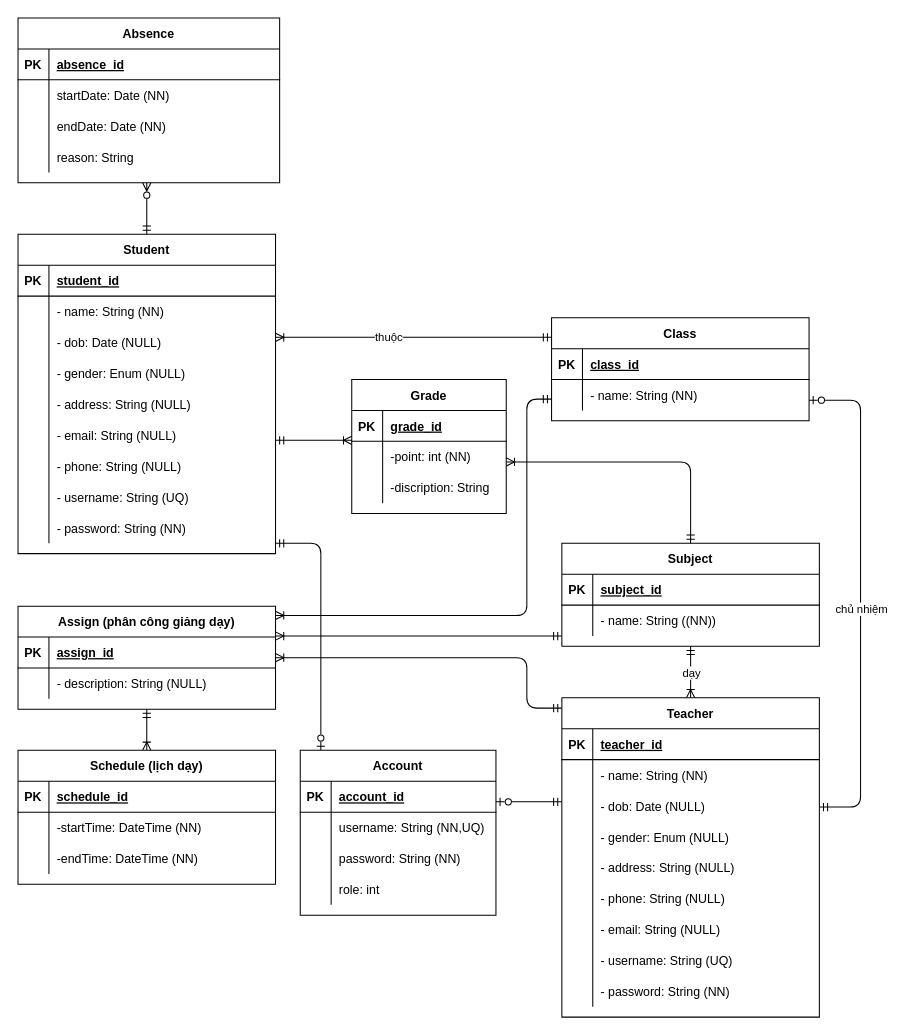
This is page "All_Att_02" (6 of 6) of other_project_resource/SchoolManagement.drawio from vutrieuIT/CNPM_04CLC_5, a draw.io file, before an edit. Source tidied: cells renumbered, new cells numbered last; positions are measured from the earlier drawing's top-left corner, leaving out a move shared by most shapes. Both pictures are drawn from the tidied source at 103%, with x=0, y=0 at pixel (18, 18).
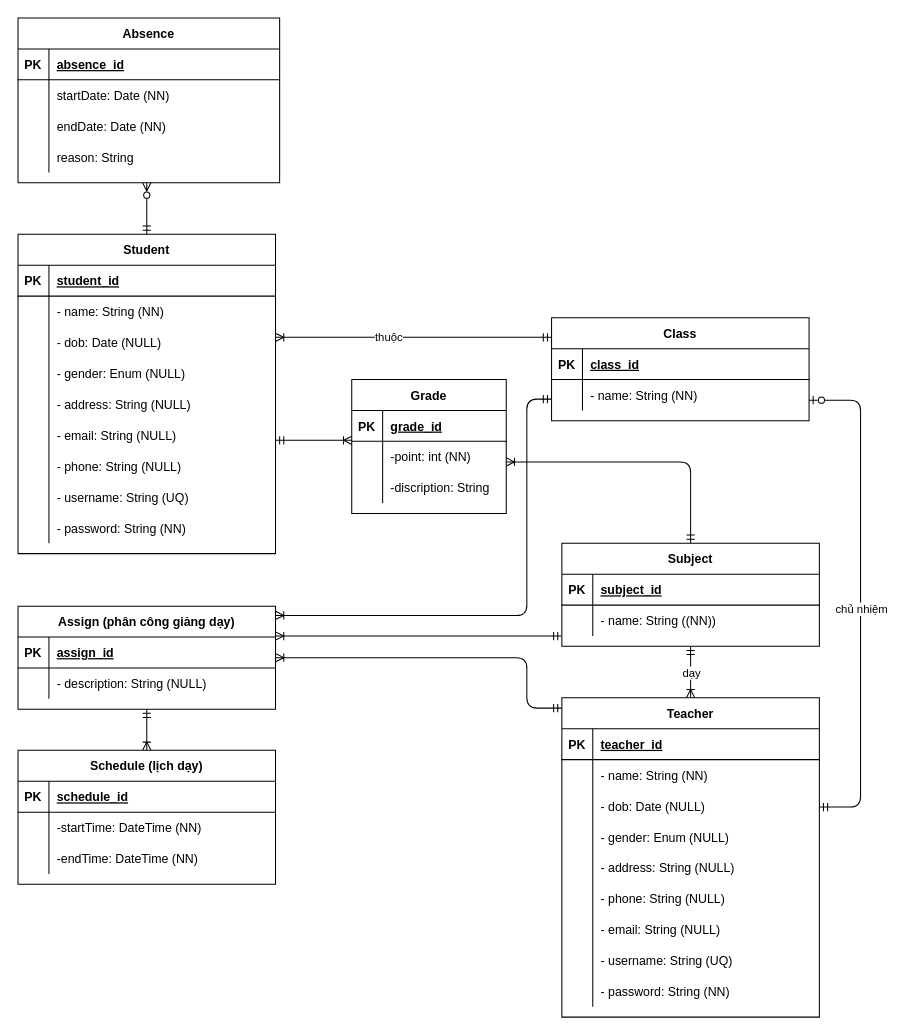
After the change.

Unchanged cells that the change refers to:
```xml
<mxCell id="13" value="Student" style="shape=table;startSize=30;childLayout=tableLayout;rowLines=0;fontStyle=1;align=center;labelBorderColor=none;" parent="1" vertex="1">
  <mxGeometry y="210" width="250" height="310" as="geometry" />
</mxCell>
<mxCell id="51" value="Teacher" style="shape=table;startSize=30;childLayout=tableLayout;rowLines=0;fontStyle=1;align=center;labelBorderColor=none;" parent="1" vertex="1">
  <mxGeometry x="528" y="660" width="250" height="310" as="geometry" />
</mxCell>
```

What changed in the source:
```diff
@@
-    <mxCell id="111" style="edgeStyle=elbowEdgeStyle;jettySize=auto;html=1;startArrow=ERzeroToOne;startFill=0;endArrow=ERmandOne;endFill=0;rounded=1;" parent="1" edge="1" source="113" target="13">
-      <mxGeometry relative="1" as="geometry">
-        <Array as="points">
-          <mxPoint x="294" y="510" />
-          <mxPoint x="294" y="670" />
-        </Array>
-      </mxGeometry>
-    </mxCell>
-    <mxCell id="112" style="rounded=0;jettySize=auto;html=1;startArrow=ERzeroToOne;startFill=0;endArrow=ERmandOne;endFill=0;edgeStyle=elbowEdgeStyle;" parent="1" edge="1" source="113" target="51">
-      <mxGeometry relative="1" as="geometry">
-        <Array as="points">
-          <mxPoint x="494" y="761" />
-        </Array>
-      </mxGeometry>
-    </mxCell>
-    <mxCell id="113" value="Account" style="shape=table;startSize=30;childLayout=tableLayout;rowLines=0;fontStyle=1;align=center;labelBorderColor=none;" parent="1" vertex="1">
-      <mxGeometry x="274" y="711" width="190" height="160" as="geometry" />
-    </mxCell>
-    <mxCell id="114" style="shape=partialRectangle;fillColor=none;top=0;left=0;right=0;bottom=1;labelBorderColor=none;" parent="113" vertex="1">
-      <mxGeometry y="30" width="190" height="30" as="geometry" />
-    </mxCell>
-    <mxCell id="115" value="PK" style="shape=partialRectangle;overflow=hidden;fillColor=none;top=0;left=0;bottom=0;right=0;fontStyle=1;labelBorderColor=none;" parent="114" vertex="1">
-      <mxGeometry width="30" height="30" as="geometry" />
-    </mxCell>
-    <mxCell id="116" value="account_id" style="shape=partialRectangle;overflow=hidden;fillColor=none;top=0;left=0;bottom=0;right=0;align=left;spacingLeft=6;fontStyle=5;labelBorderColor=none;" parent="114" vertex="1">
-      <mxGeometry x="30" width="160" height="30" as="geometry" />
-    </mxCell>
-    <mxCell id="117" style="shape=partialRectangle;fillColor=none;top=0;left=0;right=0;bottom=0;labelBorderColor=none;" parent="113" vertex="1">
-      <mxGeometry y="60" width="190" height="30" as="geometry" />
-    </mxCell>
-    <mxCell id="118" style="shape=partialRectangle;overflow=hidden;fillColor=none;top=0;left=0;bottom=0;right=0;labelBorderColor=none;" parent="117" vertex="1">
-      <mxGeometry width="30" height="30" as="geometry" />
-    </mxCell>
-    <mxCell id="119" value="username: String (NN,UQ)" style="shape=partialRectangle;overflow=hidden;fillColor=none;top=0;left=0;bottom=0;right=0;align=left;spacingLeft=6;labelBorderColor=none;" parent="117" vertex="1">
-      <mxGeometry x="30" width="160" height="30" as="geometry" />
-    </mxCell>
-    <mxCell id="120" style="shape=partialRectangle;fillColor=none;top=0;left=0;right=0;bottom=0;labelBorderColor=none;" parent="113" vertex="1">
-      <mxGeometry y="90" width="190" height="30" as="geometry" />
-    </mxCell>
-    <mxCell id="121" style="shape=partialRectangle;overflow=hidden;fillColor=none;top=0;left=0;bottom=0;right=0;labelBorderColor=none;" parent="120" vertex="1">
-      <mxGeometry width="30" height="30" as="geometry" />
-    </mxCell>
-    <mxCell id="122" value="password: String (NN)" style="shape=partialRectangle;overflow=hidden;fillColor=none;top=0;left=0;bottom=0;right=0;align=left;spacingLeft=6;labelBorderColor=none;" parent="120" vertex="1">
-      <mxGeometry x="30" width="160" height="30" as="geometry" />
-    </mxCell>
-    <mxCell id="123" style="shape=partialRectangle;fillColor=none;top=0;left=0;right=0;bottom=0;labelBorderColor=none;" parent="113" vertex="1">
-      <mxGeometry y="120" width="190" height="30" as="geometry" />
-    </mxCell>
-    <mxCell id="124" style="shape=partialRectangle;overflow=hidden;fillColor=none;top=0;left=0;bottom=0;right=0;labelBorderColor=none;" parent="123" vertex="1">
-      <mxGeometry width="30" height="30" as="geometry" />
-    </mxCell>
-    <mxCell id="125" value="role: int" style="shape=partialRectangle;overflow=hidden;fillColor=none;top=0;left=0;bottom=0;right=0;align=left;spacingLeft=6;labelBorderColor=none;" parent="123" vertex="1">
-      <mxGeometry x="30" width="160" height="30" as="geometry" />
-    </mxCell>
```
